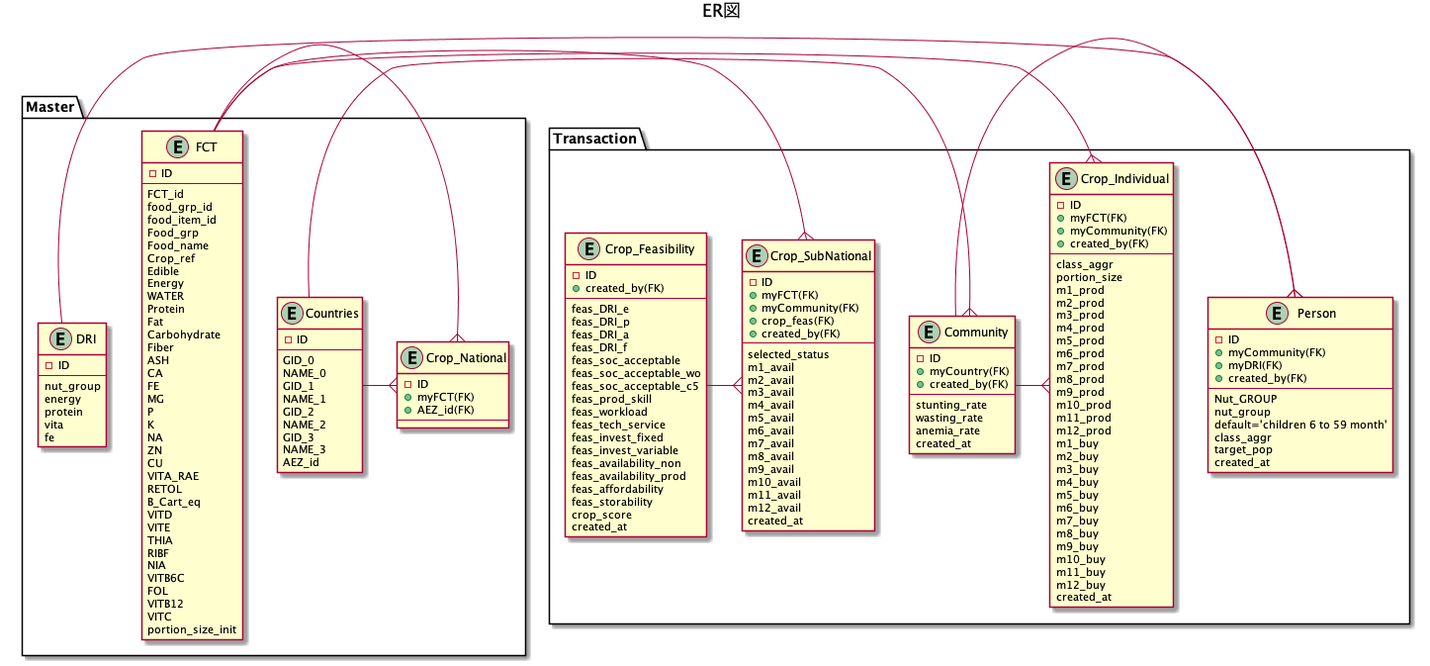
Earlier version of the PlantUML export myApp/static/ULM/ER02.png (snakada1615/ifna_pwa02).
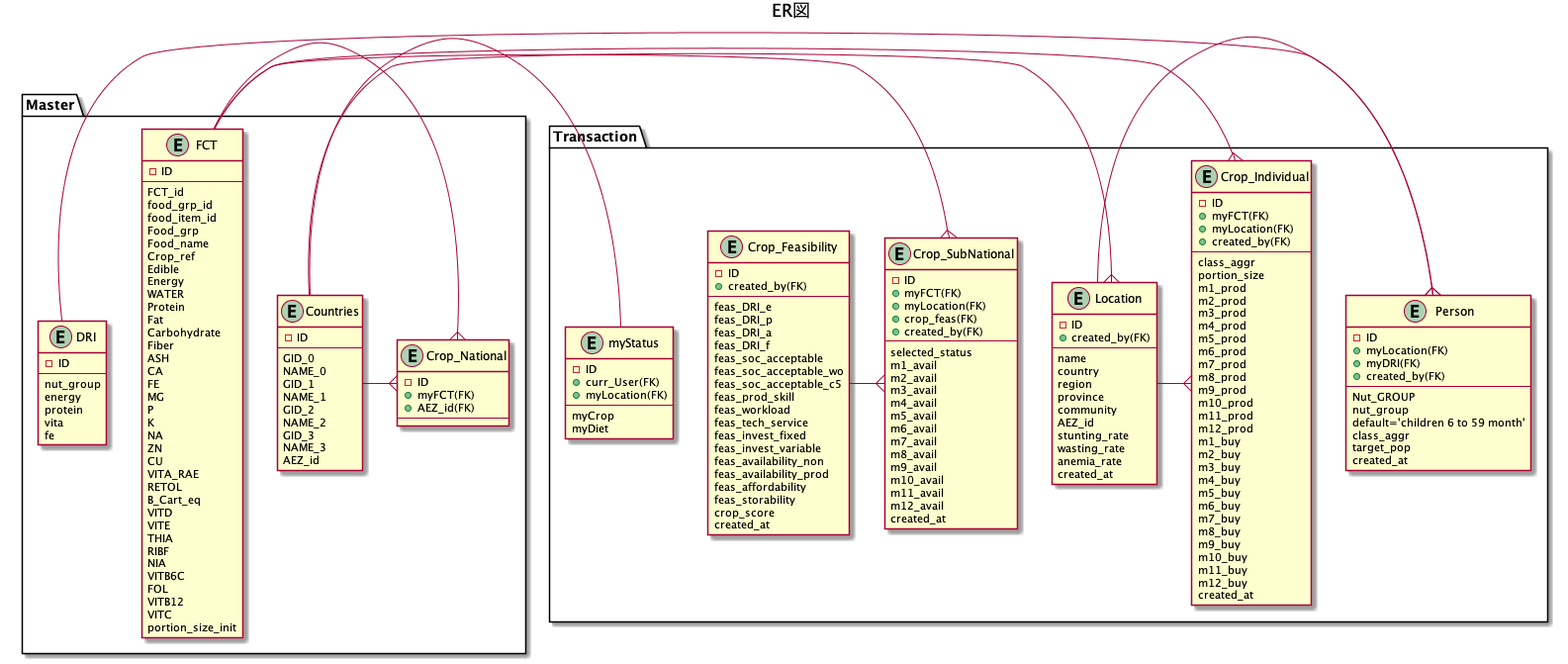
Later version of the same file.

Diff of the diagram source:
```diff
@@ -96,7 +96,7 @@
     }
   entity Person {
     - ID
-    + myCommunity(FK)
+    + myLocation(FK)
     + myDRI(FK)
     + created_by(FK)
 --
@@ -107,11 +107,16 @@
       target_pop
       created_at
     }
-    entity Community {
+    entity Location {
       - ID
-      + myCountry(FK)
       + created_by(FK)
   --
+        name
+        country
+        region
+        province
+        community
+        AEZ_id
         stunting_rate
         wasting_rate
         anemia_rate
@@ -120,7 +125,7 @@
   entity Crop_SubNational {
     - ID
     + myFCT(FK)
-    + myCommunity(FK)
+    + myLocation(FK)
     + crop_feas(FK)
     + created_by(FK)
 --
@@ -142,7 +147,7 @@
   entity Crop_Individual {
     - ID
     + myFCT(FK)
-    + myCommunity(FK)
+    + myLocation(FK)
     + created_by(FK)
 --
       class_aggr
@@ -173,15 +178,24 @@
       m12_buy
       created_at
     }
+  entity myStatus{
+    - ID
+    + curr_User(FK)
+    + myLocation(FK)
+--
+      myCrop
+      myDiet
+    }
 }
-Countries -{ Community
-Community -{ Person
+Countries -{ Location
+Location -{ Person
 Countries -{ Crop_National
 FCT -{ Crop_National
 FCT -{ Crop_SubNational
 FCT -{ Crop_Individual
 Crop_Feasibility -{ Crop_SubNational
 DRI -{ Person
-Community -{ Crop_Individual
+Location -{ Crop_Individual
+myStatus -- Countries
 
 @enduml
```
